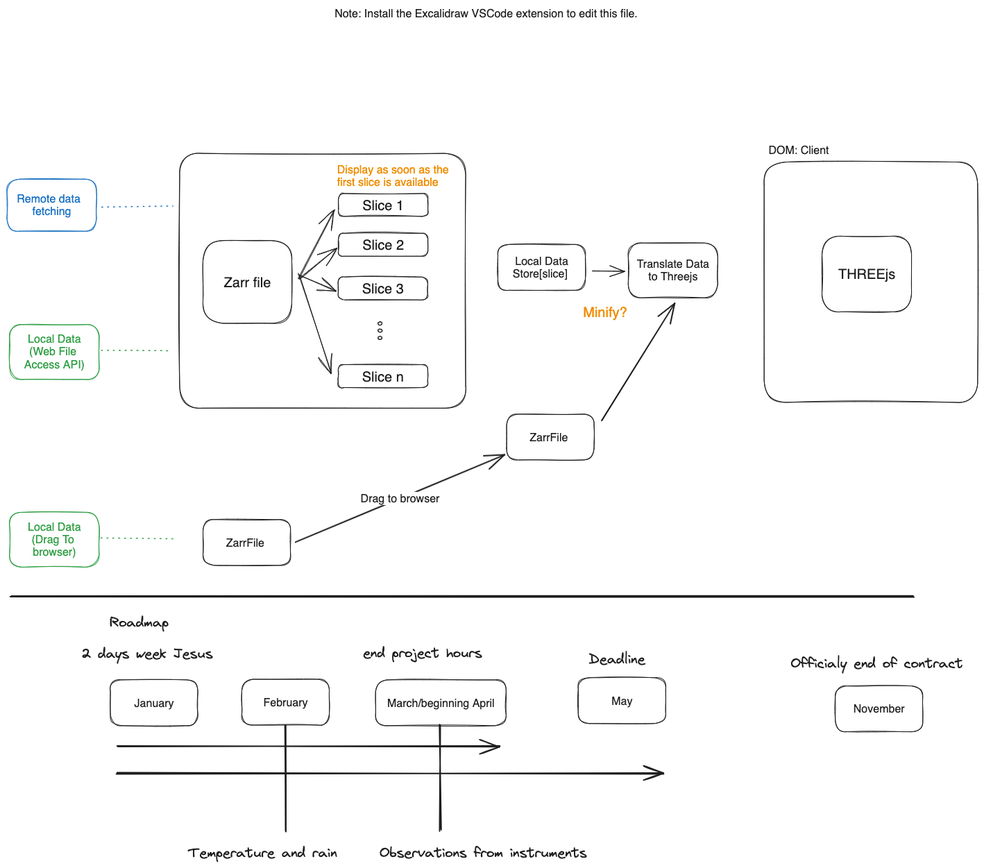
Earlier version of the Excalidraw export DIAGRAM.excalidraw.png (NLeSC/zarrviz). Source tidied: one line per element, renumbered; positions are measured from the earlier drawing's top-left corner, leaving out a move shared by most shapes.
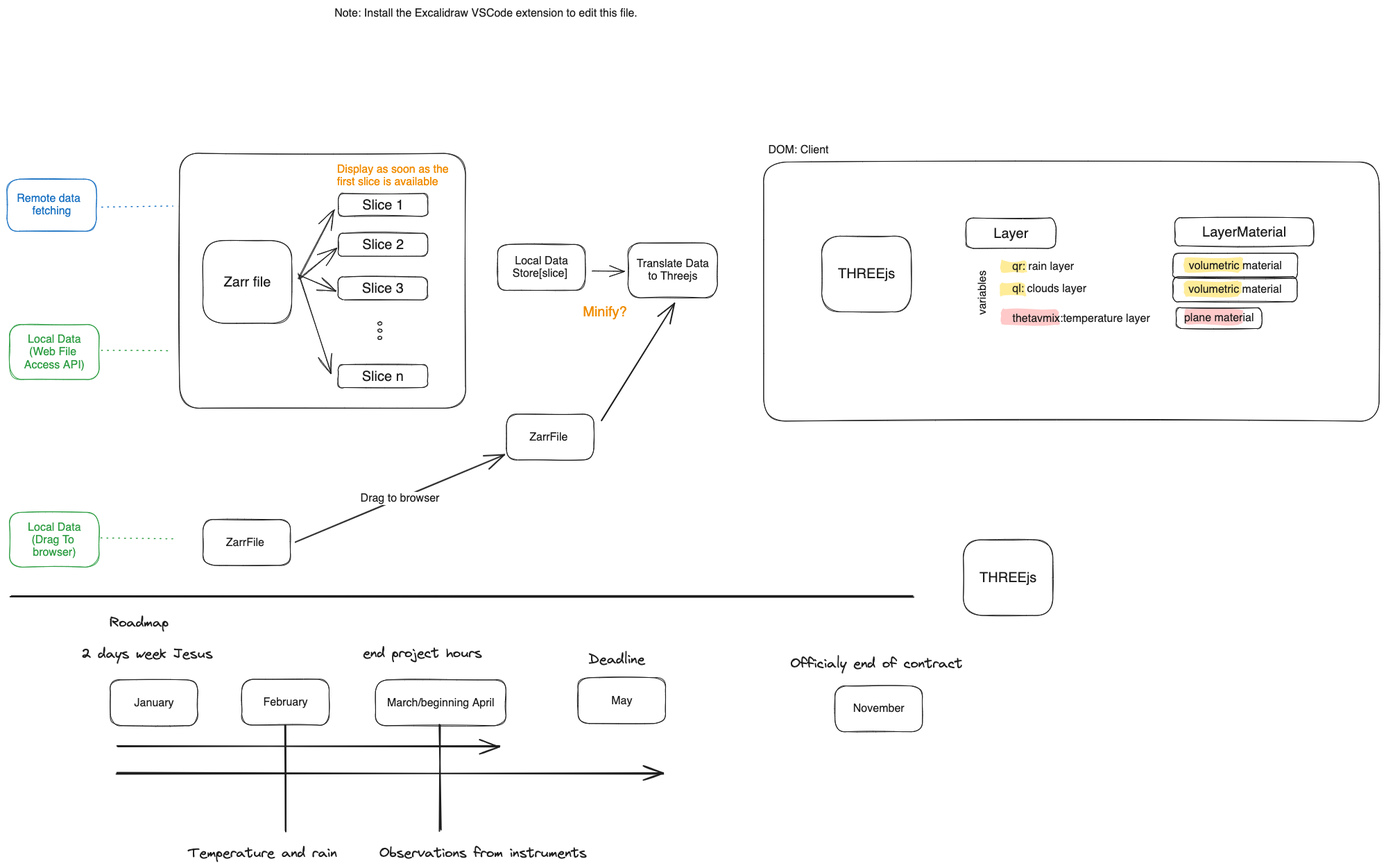
After the change.

Change to the diagram source:
```diff
@@ -1,8 +1,12 @@
+{"id": 68, "type": "rectangle", "strokeColor": "transparent", "backgroundColor": "#ffec99", "fillStyle": "solid", "strokeWidth": 2, "roughness": 1, "round": true, "x": 1431, "y": 398, "width": 37, "height": 18}
+{"id": 69, "type": "rectangle", "strokeColor": "transparent", "backgroundColor": "#ffc9c9", "fillStyle": "solid", "strokeWidth": 2, "roughness": 1, "round": true, "x": 1432, "y": 435, "width": 84, "height": 23}
+{"id": 70, "type": "rectangle", "strokeColor": "transparent", "backgroundColor": "#ffc9c9", "fillStyle": "solid", "strokeWidth": 2, "roughness": 1, "round": true, "x": 1698, "y": 435, "width": 84, "height": 23}
+{"id": 71, "type": "rectangle", "strokeColor": "transparent", "backgroundColor": "#ffec99", "fillStyle": "solid", "strokeWidth": 2, "roughness": 1, "round": true, "x": 1433, "y": 365, "width": 37, "height": 18}
 {"id": 0, "type": "rectangle", "strokeColor": "#1e1e1e", "strokeWidth": 1, "roughness": 1, "round": true, "x": 282, "y": 337, "width": 128, "height": 119}
 {"id": 1, "type": "text", "text": "Zarr file", "strokeColor": "#1e1e1e", "strokeWidth": 1, "roughness": 1, "fontSize": 20, "fontFamily": 2, "textAlign": "center", "verticalAlign": "middle", "inside": 0, "x": 313, "y": 385, "width": 68, "height": 23}
 {"id": 2, "type": "text", "text": "Note: Install the Excalidraw VSCode extension to edit this file.", "strokeColor": "#1e1e1e", "strokeWidth": 1, "roughness": 1, "fontSize": 16, "fontFamily": 2, "x": 472, "y": 0, "width": 437, "height": 18}
-{"id": 3, "type": "rectangle", "strokeColor": "#1e1e1e", "strokeWidth": 1, "roughness": 1, "round": true, "x": 1175, "y": 330, "width": 129, "height": 109}
-{"id": 4, "type": "text", "text": "THREEjs", "strokeColor": "#1e1e1e", "strokeWidth": 1, "roughness": 1, "fontSize": 20, "fontFamily": 2, "textAlign": "center", "verticalAlign": "middle", "inside": 3, "x": 1198, "y": 373, "width": 82, "height": 23}
+{"id": 72, "type": "rectangle", "strokeColor": "#1e1e1e", "strokeWidth": 1, "roughness": 1, "round": true, "x": 1175, "y": 330, "width": 129, "height": 109}
+{"id": 73, "type": "text", "text": "THREEjs", "strokeColor": "#1e1e1e", "strokeWidth": 1, "roughness": 1, "fontSize": 20, "fontFamily": 2, "textAlign": "center", "verticalAlign": "middle", "inside": 72, "x": 1198, "y": 373, "width": 82, "height": 23}
 {"id": 5, "type": "rectangle", "strokeColor": "#1e1e1e", "strokeWidth": 1, "roughness": 1, "round": true, "x": 478, "y": 269, "width": 129, "height": 33}
 {"id": 6, "type": "text", "text": "Slice 1", "strokeColor": "#1e1e1e", "strokeWidth": 1, "roughness": 1, "fontSize": 20, "fontFamily": 2, "textAlign": "center", "verticalAlign": "middle", "inside": 5, "x": 512, "y": 274, "width": 60, "height": 23}
 {"id": 7, "type": "rectangle", "strokeColor": "#1e1e1e", "strokeWidth": 1, "roughness": 1, "round": true, "x": 478, "y": 326, "width": 129, "height": 33}
@@ -24,8 +28,8 @@
 {"id": 23, "type": "arrow", "strokeColor": "#1e1e1e", "strokeWidth": 1, "roughness": 1, "endArrowhead": "arrow", "round": true, "from": 0, "to": 11, "x": 421, "y": 384, "width": 46, "height": 144, "points": [[0, 0], [46, 144]]}
 {"id": 24, "type": "rectangle", "strokeColor": "#1e1e1e", "strokeWidth": 1, "roughness": 1, "round": true, "x": 708, "y": 342, "width": 126, "height": 66}
 {"id": 25, "type": "text", "text": "Local Data\nStore[slice] ", "strokeColor": "#1e1e1e", "strokeWidth": 1, "roughness": 1, "fontSize": 16, "fontFamily": 2, "textAlign": "center", "verticalAlign": "middle", "inside": 24, "x": 729, "y": 357, "width": 84, "height": 37}
-{"id": 26, "type": "rectangle", "strokeColor": "#1e1e1e", "strokeWidth": 1, "roughness": 1, "round": true, "x": 1091, "y": 224, "width": 308, "height": 346}
+{"id": 26, "type": "rectangle", "strokeColor": "#1e1e1e", "strokeWidth": 1, "roughness": 1, "round": true, "x": 1091, "y": 224, "width": 887, "height": 373}
-{"id": 27, "type": "text", "text": "DOM: Client", "strokeColor": "#1e1e1e", "strokeWidth": 1, "roughness": 1, "fontSize": 16, "fontFamily": 2, "x": 1097, "y": 197, "width": 87, "height": 18}
+{"id": 74, "type": "text", "text": "DOM: Client", "strokeColor": "#1e1e1e", "strokeWidth": 1, "roughness": 1, "fontSize": 16, "fontFamily": 2, "x": 1097, "y": 197, "width": 87, "height": 18}
 {"id": 28, "type": "rectangle", "strokeColor": "#1971c2", "strokeWidth": 1, "roughness": 1, "round": true, "x": 0, "y": 248, "width": 129, "height": 75}
 {"id": 29, "type": "text", "text": "Remote data  \nfetching", "strokeColor": "#1971c2", "strokeWidth": 1, "roughness": 1, "fontSize": 16, "fontFamily": 2, "textAlign": "center", "verticalAlign": "middle", "inside": 28, "x": 14, "y": 267, "width": 100, "height": 37}
 {"id": 30, "type": "rectangle", "strokeColor": "#2f9e44", "strokeWidth": 1, "roughness": 1, "round": true, "x": 4, "y": 458, "width": 129, "height": 79}
@@ -66,3 +70,21 @@
 {"id": 65, "type": "line", "strokeColor": "#1e1e1e", "strokeWidth": 2, "roughness": 1, "round": true, "x": 401, "y": 1035, "width": 0, "height": 153, "points": [[0, 0], [0, 153]]}
 {"id": 66, "type": "line", "strokeColor": "#1e1e1e", "strokeWidth": 2, "roughness": 1, "round": true, "x": 624, "y": 1035, "width": 0, "height": 153, "points": [[0, 0], [0, 153]]}
 {"id": 67, "type": "text", "text": "Observations from instruments", "strokeColor": "#1e1e1e", "strokeWidth": 2, "roughness": 1, "fontSize": 20, "fontFamily": 1, "x": 537, "y": 1207, "width": 299, "height": 25}
+{"id": 75, "type": "rectangle", "strokeColor": "#1e1e1e", "strokeWidth": 1, "roughness": 1, "round": true, "x": 1379, "y": 768, "width": 129, "height": 109}
+{"id": 76, "type": "text", "text": "THREEjs", "strokeColor": "#1e1e1e", "strokeWidth": 1, "roughness": 1, "fontSize": 20, "fontFamily": 2, "textAlign": "center", "verticalAlign": "middle", "inside": 75, "x": 1402, "y": 811, "width": 82, "height": 23}
+{"id": 77, "type": "rectangle", "strokeColor": "#1e1e1e", "strokeWidth": 1, "roughness": 1, "round": true, "x": 1383, "y": 304, "width": 129, "height": 44}
+{"id": 78, "type": "text", "text": "Layer", "strokeColor": "#1e1e1e", "strokeWidth": 1, "roughness": 1, "fontSize": 20, "fontFamily": 2, "textAlign": "center", "verticalAlign": "middle", "inside": 77, "x": 1422, "y": 315, "width": 50, "height": 23}
+{"id": 79, "type": "rectangle", "strokeColor": "#1e1e1e", "strokeWidth": 1, "roughness": 1, "round": true, "x": 1684, "y": 304, "width": 200, "height": 40}
+{"id": 80, "type": "text", "text": "LayerMaterial", "strokeColor": "#1e1e1e", "strokeWidth": 1, "roughness": 1, "fontSize": 20, "fontFamily": 2, "textAlign": "center", "verticalAlign": "middle", "inside": 79, "x": 1723, "y": 313, "width": 121, "height": 23}
+{"id": 81, "type": "text", "text": "qr: rain layer", "strokeColor": "#1e1e1e", "strokeWidth": 1, "roughness": 1, "fontSize": 16, "fontFamily": 2, "x": 1449, "y": 365, "width": 89, "height": 18}
+{"id": 82, "type": "text", "text": "ql: clouds layer", "strokeColor": "#1e1e1e", "strokeWidth": 1, "roughness": 1, "fontSize": 16, "fontFamily": 2, "x": 1449, "y": 397, "width": 107, "height": 18}
+{"id": 27, "type": "text", "text": "thetavmix:temperature layer", "strokeColor": "#1e1e1e", "strokeWidth": 1, "roughness": 1, "fontSize": 16, "fontFamily": 2, "x": 1449, "y": 440, "width": 198, "height": 18}
+{"id": 83, "type": "rectangle", "strokeColor": "#1e1e1e", "strokeWidth": 1, "roughness": 1, "round": true, "x": 1685, "y": 434, "width": 124, "height": 30}
+{"id": 84, "type": "text", "text": "plane material", "strokeColor": "#1e1e1e", "strokeWidth": 1, "roughness": 1, "fontSize": 16, "fontFamily": 2, "textAlign": "center", "verticalAlign": "middle", "inside": 83, "x": 1697, "y": 439, "width": 100, "height": 18}
+{"id": 85, "type": "rectangle", "strokeColor": "transparent", "backgroundColor": "#ffec99", "fillStyle": "solid", "strokeWidth": 2, "roughness": 1, "round": true, "x": 1697, "y": 361, "width": 84, "height": 23}
+{"id": 86, "type": "rectangle", "strokeColor": "#1e1e1e", "strokeWidth": 1, "roughness": 1, "round": true, "x": 1681, "y": 355, "width": 179, "height": 36}
+{"id": 87, "type": "text", "text": "volumetric material", "strokeColor": "#1e1e1e", "strokeWidth": 1, "roughness": 1, "fontSize": 16, "fontFamily": 2, "textAlign": "center", "verticalAlign": "middle", "inside": 86, "x": 1704, "y": 364, "width": 134, "height": 18}
+{"id": 88, "type": "rectangle", "strokeColor": "transparent", "backgroundColor": "#ffec99", "fillStyle": "solid", "strokeWidth": 2, "roughness": 1, "round": true, "x": 1696, "y": 395, "width": 84, "height": 23}
+{"id": 3, "type": "rectangle", "strokeColor": "#1e1e1e", "strokeWidth": 1, "roughness": 1, "round": true, "x": 1681, "y": 389, "width": 179, "height": 36}
+{"id": 4, "type": "text", "text": "volumetric material", "strokeColor": "#1e1e1e", "strokeWidth": 1, "roughness": 1, "fontSize": 16, "fontFamily": 2, "textAlign": "center", "verticalAlign": "middle", "inside": 3, "x": 1703, "y": 398, "width": 134, "height": 18}
+{"id": 89, "type": "text", "text": "variables", "strokeColor": "#1e1e1e", "angle": 4.71, "strokeWidth": 1, "roughness": 1, "fontSize": 16, "fontFamily": 2, "x": 1374, "y": 403, "width": 64, "height": 18}
```
